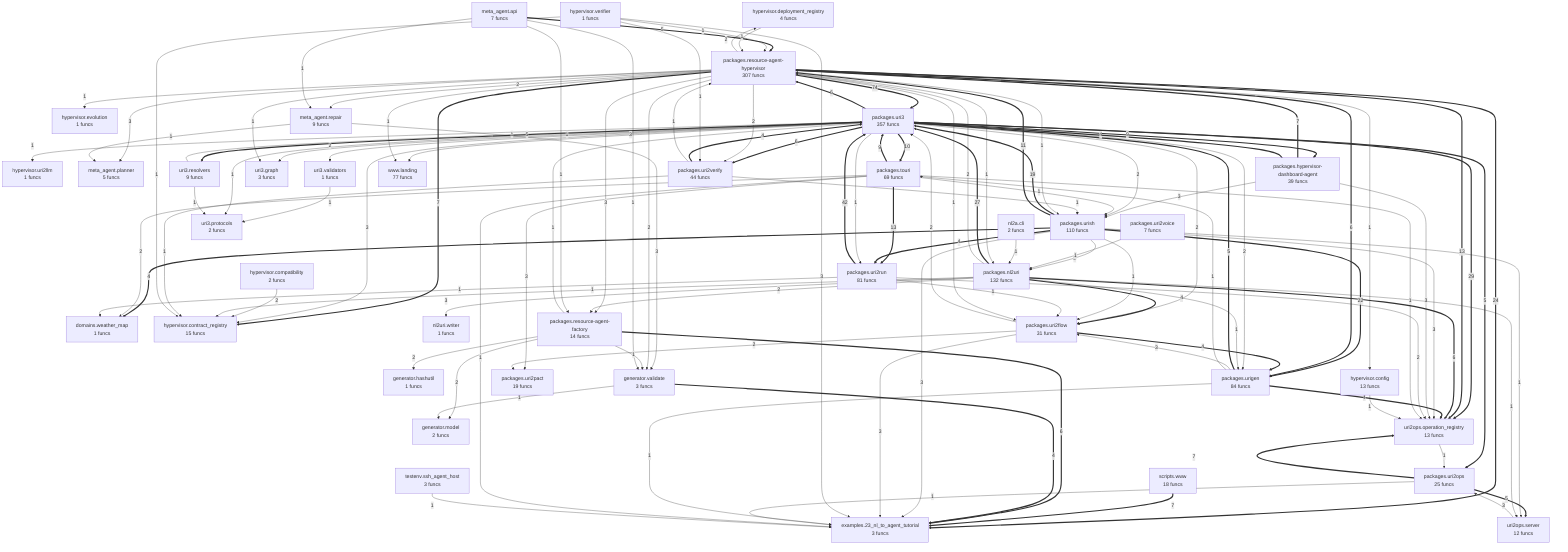
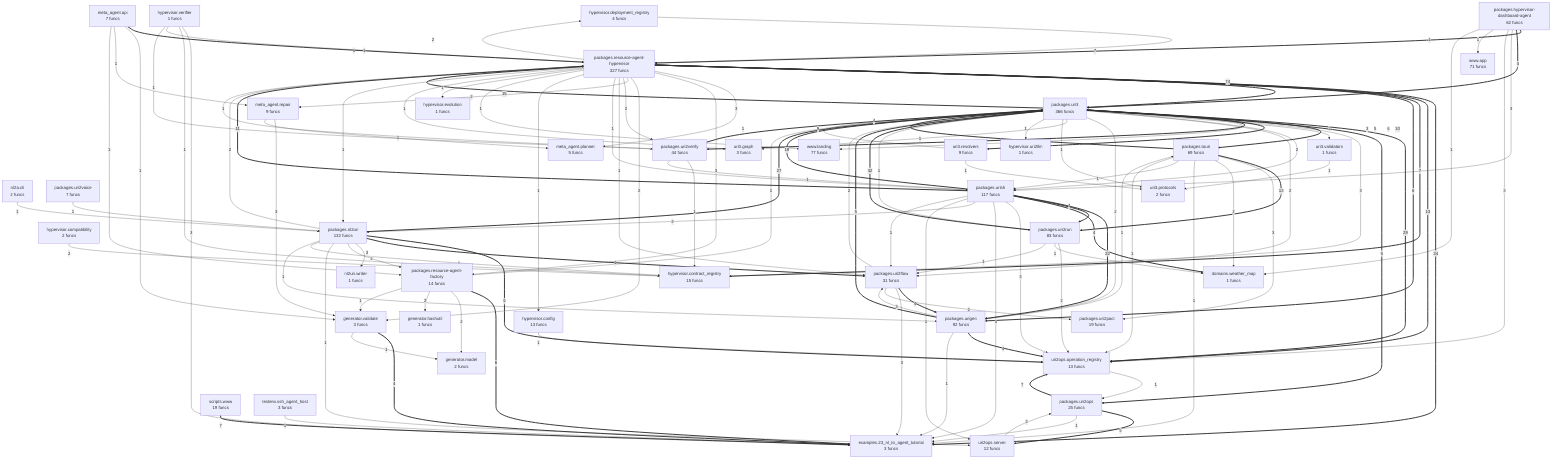
flowchart TD
- %% generated in 0.20s
+ %% generated in 0.18s
    domains__weather_map["domains.weather_map<br/>1 funcs"]
    examples__23_nl_to_agent_tutorial["examples.23_nl_to_agent_tutorial<br/>3 funcs"]
    generator__hashutil["generator.hashutil<br/>1 funcs"]
    generator__model["generator.model<br/>2 funcs"]
    generator__validate["generator.validate<br/>3 funcs"]
    hypervisor__compatibility["hypervisor.compatibility<br/>2 funcs"]
    hypervisor__config["hypervisor.config<br/>13 funcs"]
    hypervisor__contract_registry["hypervisor.contract_registry<br/>15 funcs"]
    hypervisor__deployment_registry["hypervisor.deployment_registry<br/>4 funcs"]
    hypervisor__evolution["hypervisor.evolution<br/>1 funcs"]
    hypervisor__uri2llm["hypervisor.uri2llm<br/>1 funcs"]
    hypervisor__verifier["hypervisor.verifier<br/>1 funcs"]
    meta_agent__api["meta_agent.api<br/>7 funcs"]
    meta_agent__planner["meta_agent.planner<br/>5 funcs"]
    meta_agent__repair["meta_agent.repair<br/>9 funcs"]
    nl2a__cli["nl2a.cli<br/>2 funcs"]
    nl2uri__writer["nl2uri.writer<br/>1 funcs"]
-     packages__hypervisor_dashboard_agent["packages.hypervisor-dashboard-agent<br/>39 funcs"]
+     packages__hypervisor_dashboard_agent["packages.hypervisor-dashboard-agent<br/>62 funcs"]
    packages__nl2uri["packages.nl2uri<br/>132 funcs"]
    packages__resource_agent_factory["packages.resource-agent-factory<br/>14 funcs"]
-     packages__resource_agent_hypervisor["packages.resource-agent-hypervisor<br/>307 funcs"]
+     packages__resource_agent_hypervisor["packages.resource-agent-hypervisor<br/>327 funcs"]
    packages__touri["packages.touri<br/>69 funcs"]
    packages__uri2flow["packages.uri2flow<br/>31 funcs"]
    packages__uri2ops["packages.uri2ops<br/>25 funcs"]
    packages__uri2pact["packages.uri2pact<br/>19 funcs"]
-     packages__uri2run["packages.uri2run<br/>81 funcs"]
+     packages__uri2run["packages.uri2run<br/>83 funcs"]
    packages__uri2verify["packages.uri2verify<br/>44 funcs"]
    packages__uri2voice["packages.uri2voice<br/>7 funcs"]
-     packages__uri3["packages.uri3<br/>357 funcs"]
-     packages__urigen["packages.urigen<br/>84 funcs"]
-     packages__urish["packages.urish<br/>110 funcs"]
-     scripts__www["scripts.www<br/>18 funcs"]
+     packages__uri3["packages.uri3<br/>366 funcs"]
+     packages__urigen["packages.urigen<br/>92 funcs"]
+     packages__urish["packages.urish<br/>117 funcs"]
+     scripts__www["scripts.www<br/>19 funcs"]
    testenv__ssh_agent_host["testenv.ssh_agent_host<br/>3 funcs"]
    uri2ops__operation_registry["uri2ops.operation_registry<br/>13 funcs"]
    uri2ops__server["uri2ops.server<br/>12 funcs"]
    uri3__graph["uri3.graph<br/>3 funcs"]
    uri3__protocols["uri3.protocols<br/>2 funcs"]
    uri3__resolvers["uri3.resolvers<br/>9 funcs"]
    uri3__validators["uri3.validators<br/>1 funcs"]
+     www__app["www.app<br/>71 funcs"]
    www__landing["www.landing<br/>77 funcs"]
    packages__resource_agent_hypervisor ==>|74| packages__uri3
    packages__uri2run ==>|42| packages__uri3
    packages__uri3 ==>|29| uri2ops__operation_registry
    packages__nl2uri ==>|27| packages__uri3
    packages__resource_agent_hypervisor ==>|24| examples__23_nl_to_agent_tutorial
    packages__urish ==>|22| packages__urigen
    packages__urish ==>|19| packages__uri3
+     packages__uri3 ==>|15| packages__resource_agent_hypervisor
    packages__touri ==>|13| packages__uri2run
    packages__resource_agent_hypervisor ==>|13| uri2ops__operation_registry
    packages__urish ==>|11| packages__resource_agent_hypervisor
    packages__uri3 ==>|10| packages__touri
-     packages__uri3 ==>|9| packages__hypervisor_dashboard_agent
    packages__touri ==>|9| packages__uri3
    packages__uri2ops ==>|7| uri2ops__operation_registry
-     packages__hypervisor_dashboard_agent ==>|7| packages__resource_agent_hypervisor
    packages__resource_agent_hypervisor ==>|7| hypervisor__contract_registry
    scripts__www ==>|7| examples__23_nl_to_agent_tutorial
-     packages__uri3 ==>|6| packages__resource_agent_hypervisor
+     packages__hypervisor_dashboard_agent ==>|7| packages__resource_agent_hypervisor
    packages__uri3 ==>|6| packages__uri2verify
    packages__resource_agent_factory ==>|6| examples__23_nl_to_agent_tutorial
    packages__nl2uri ==>|6| uri2ops__operation_registry
    packages__resource_agent_hypervisor ==>|6| packages__urigen
    packages__urigen ==>|5| packages__uri3
    packages__uri2ops ==>|5| uri2ops__server
    packages__uri3 ==>|5| packages__uri2ops
    packages__uri3 ==>|5| uri3__resolvers
    meta_agent__api ==>|5| packages__resource_agent_hypervisor
    packages__urish ==>|4| packages__uri2run
    packages__urish ==>|4| domains__weather_map
    packages__urigen ==>|4| uri2ops__operation_registry
    packages__hypervisor_dashboard_agent ==>|4| packages__uri3
    packages__uri2flow ==>|4| packages__urigen
    generator__validate ==>|4| examples__23_nl_to_agent_tutorial
    packages__nl2uri ==>|4| packages__uri2flow
    packages__uri2verify ==>|4| packages__uri3
    packages__urish -->|3| uri2ops__operation_registry
    packages__urish -->|3| examples__23_nl_to_agent_tutorial
    packages__urigen -->|3| packages__uri2flow
    uri2ops__server -->|3| packages__uri2ops
    packages__uri3 -->|3| www__landing
    packages__uri3 -->|3| hypervisor__contract_registry
    packages__hypervisor_dashboard_agent -->|3| packages__urish
-     packages__hypervisor_dashboard_agent -->|3| uri2ops__operation_registry
    packages__uri2flow -->|3| examples__23_nl_to_agent_tutorial
    packages__touri -->|3| packages__uri2pact
    packages__nl2uri -->|3| nl2uri__writer
    packages__resource_agent_hypervisor -->|3| meta_agent__planner
    packages__resource_agent_hypervisor -->|3| packages__resource_agent_factory
    meta_agent__repair -->|3| generator__validate
    hypervisor__verifier -->|3| examples__23_nl_to_agent_tutorial
-     packages__urish -->|2| packages__nl2uri
+     packages__hypervisor_dashboard_agent -->|3| uri2ops__operation_registry
    packages__uri3 -->|2| uri3__validators
    packages__uri3 -->|2| packages__urish
    packages__uri3 -->|2| packages__uri2flow
    packages__uri3 -->|2| packages__urigen
    packages__uri2flow -->|2| packages__uri3
    packages__uri2flow -->|2| packages__uri2pact
    packages__touri -->|2| domains__weather_map
    packages__uri2run -->|2| uri2ops__operation_registry
    packages__resource_agent_factory -->|2| generator__model
    packages__resource_agent_factory -->|2| generator__hashutil
    packages__nl2uri -->|2| packages__resource_agent_hypervisor
    packages__nl2uri -->|2| packages__resource_agent_factory
    packages__resource_agent_hypervisor -->|2| generator__validate
    packages__resource_agent_hypervisor -->|2| meta_agent__repair
    packages__resource_agent_hypervisor -->|2| packages__uri2verify
+     packages__resource_agent_hypervisor -->|2| hypervisor__deployment_registry
    hypervisor__compatibility -->|2| hypervisor__contract_registry
-     packages__resource_agent_hypervisor -->|2| hypervisor__deployment_registry
+     packages__urish -->|2| packages__nl2uri
    packages__urish -->|1| uri2ops__server
    packages__urish -->|1| packages__uri2flow
    packages__urigen -->|1| examples__23_nl_to_agent_tutorial
    packages__urigen -->|1| packages__touri
    packages__uri2ops -->|1| examples__23_nl_to_agent_tutorial
    uri2ops__operation_registry -->|1| packages__uri2ops
    uri3__validators -->|1| uri3__protocols
    packages__uri3 -->|1| uri3__graph
    packages__uri3 -->|1| uri3__protocols
    packages__uri3 -->|1| hypervisor__uri2llm
    uri3__resolvers -->|1| packages__uri3
    uri3__resolvers -->|1| uri3__protocols
    packages__uri3 -->|1| packages__uri2run
    packages__touri -->|1| examples__23_nl_to_agent_tutorial
    packages__touri -->|1| packages__urish
    packages__touri -->|1| uri2ops__operation_registry
    packages__uri2voice -->|1| packages__nl2uri
    packages__uri2run -->|1| domains__weather_map
    packages__uri2run -->|1| packages__uri2flow
    generator__validate -->|1| generator__model
    packages__resource_agent_factory -->|1| packages__uri3
    packages__resource_agent_factory -->|1| generator__validate
    packages__nl2uri -->|1| uri2ops__server
    packages__nl2uri -->|1| hypervisor__contract_registry
    packages__nl2uri -->|1| packages__urigen
    nl2a__cli -->|1| packages__nl2uri
    packages__uri2verify -->|1| hypervisor__contract_registry
    packages__uri2verify -->|1| packages__resource_agent_hypervisor
    packages__uri2verify -->|1| packages__urish
    packages__resource_agent_hypervisor -->|1| packages__uri2flow
    meta_agent__api -->|1| generator__validate
    meta_agent__api -->|1| meta_agent__repair
    meta_agent__api -->|1| packages__resource_agent_factory
    meta_agent__repair -->|1| meta_agent__planner
    packages__resource_agent_hypervisor -->|1| packages__urish
    hypervisor__verifier -->|1| hypervisor__contract_registry
    hypervisor__verifier -->|1| packages__resource_agent_hypervisor
    hypervisor__verifier -->|1| packages__uri2verify
    packages__resource_agent_hypervisor -->|1| hypervisor__config
    packages__resource_agent_hypervisor -->|1| www__landing
    hypervisor__config -->|1| uri2ops__operation_registry
    packages__resource_agent_hypervisor -->|1| hypervisor__evolution
    packages__resource_agent_hypervisor -->|1| uri3__graph
    packages__resource_agent_hypervisor -->|1| packages__nl2uri
    hypervisor__deployment_registry -->|1| packages__resource_agent_hypervisor
    testenv__ssh_agent_host -->|1| examples__23_nl_to_agent_tutorial
+     packages__hypervisor_dashboard_agent -->|1| www__app
+     packages__hypervisor_dashboard_agent -->|1| domains__weather_map
